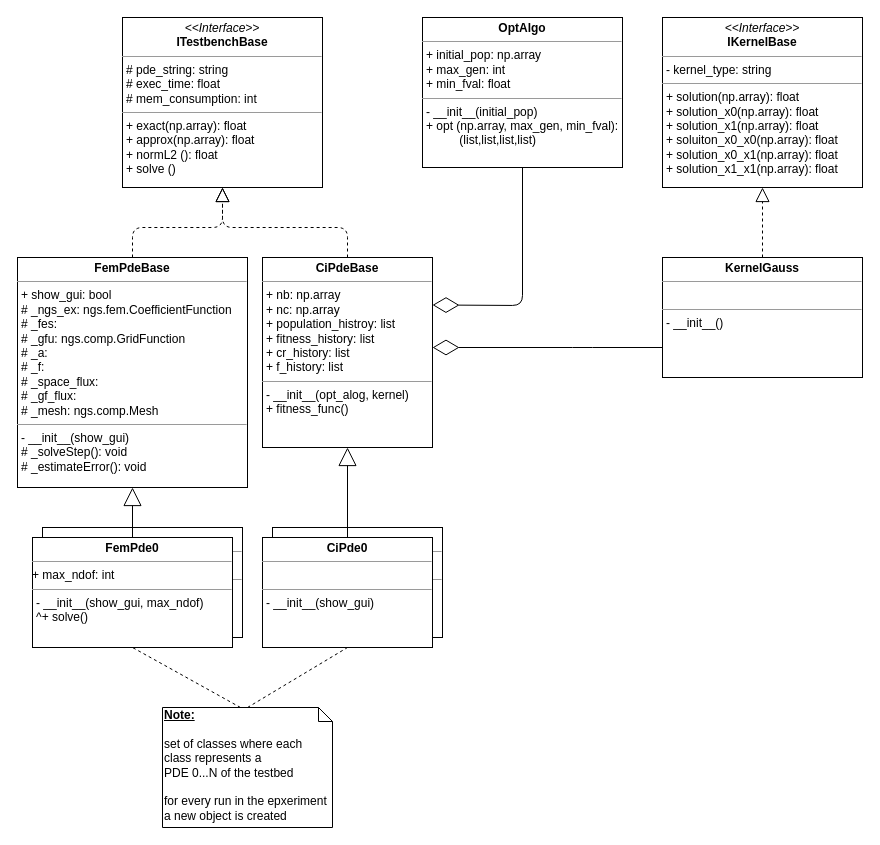
Earlier version of the draw.io diagram code/uml_diagrams/testbench_uml_class.drawio (nicolai-schwartze/Masterthesis). Source tidied: cells renumbered, new cells numbered last; positions are measured from the earlier drawing's top-left corner, leaving out a move shared by most shapes. Both pictures are drawn from the tidied source at 100%, with x=0, y=0 at pixel (17, 17).
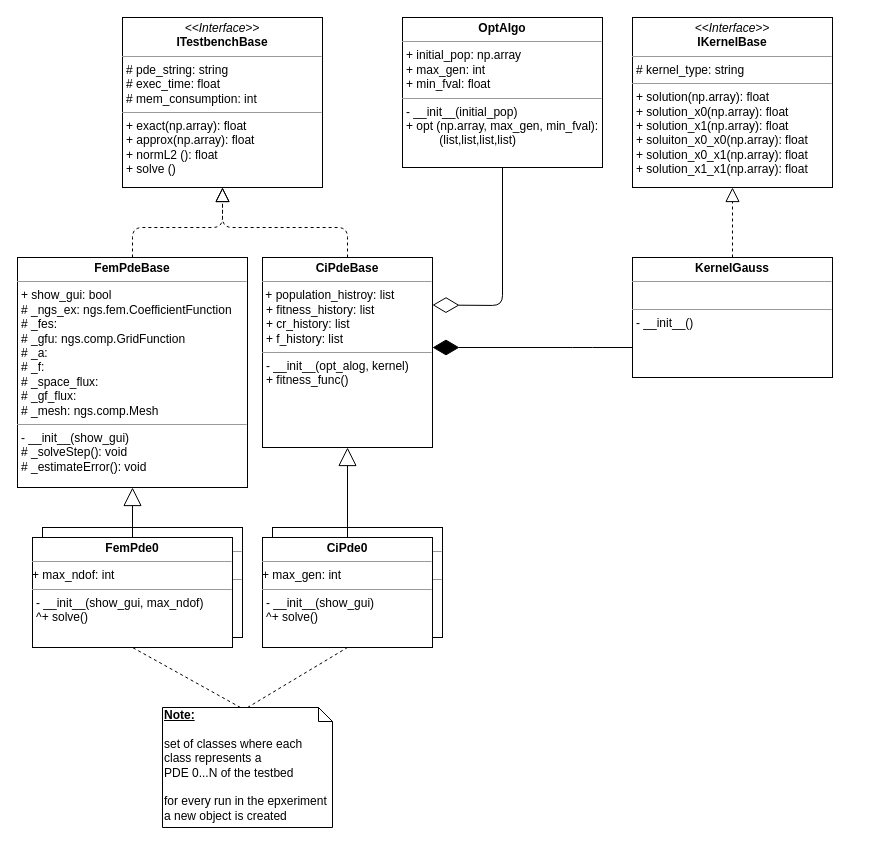
The same page after the edit.

The edit, as a diff of the source:
```diff
@@
-    <mxCell id="5" value="&lt;p style=&quot;margin: 0px ; margin-top: 4px ; text-align: center&quot;&gt;&lt;i&gt;&amp;lt;&amp;lt;Interface&amp;gt;&amp;gt;&lt;/i&gt;&lt;br&gt;&lt;b&gt;IKernelBase&lt;/b&gt;&lt;/p&gt;&lt;hr size=&quot;1&quot;&gt;&lt;p style=&quot;margin: 0px ; margin-left: 4px&quot;&gt;- kernel_type: string&lt;br&gt;&lt;/p&gt;&lt;hr size=&quot;1&quot;&gt;&lt;p style=&quot;margin: 0px ; margin-left: 4px&quot;&gt;+ solution(np.array): float&lt;br&gt;+ solution_x0(np.array): float&lt;/p&gt;&lt;p style=&quot;margin: 0px ; margin-left: 4px&quot;&gt;+ solution_x1(np.array): float&lt;/p&gt;&lt;p style=&quot;margin: 0px ; margin-left: 4px&quot;&gt;+ soluiton_x0_x0(np.array): float&lt;/p&gt;&lt;p style=&quot;margin: 0px ; margin-left: 4px&quot;&gt;+ solution_x0_x1(np.array): float&lt;/p&gt;&lt;p style=&quot;margin: 0px ; margin-left: 4px&quot;&gt;+ solution_x1_x1(np.array): float&lt;/p&gt;" style="verticalAlign=top;align=left;overflow=fill;fontSize=12;fontFamily=Helvetica;html=1;rounded=0;shadow=0;comic=0;labelBackgroundColor=none;strokeWidth=1;" parent="1" vertex="1">
-      <mxGeometry x="645" width="200" height="170" as="geometry" />
+    <mxCell id="5" value="&lt;p style=&quot;margin: 0px ; margin-top: 4px ; text-align: center&quot;&gt;&lt;i&gt;&amp;lt;&amp;lt;Interface&amp;gt;&amp;gt;&lt;/i&gt;&lt;br&gt;&lt;b&gt;IKernelBase&lt;/b&gt;&lt;/p&gt;&lt;hr size=&quot;1&quot;&gt;&lt;p style=&quot;margin: 0px ; margin-left: 4px&quot;&gt;# kernel_type: string&lt;br&gt;&lt;/p&gt;&lt;hr size=&quot;1&quot;&gt;&lt;p style=&quot;margin: 0px ; margin-left: 4px&quot;&gt;+ solution(np.array): float&lt;br&gt;+ solution_x0(np.array): float&lt;/p&gt;&lt;p style=&quot;margin: 0px ; margin-left: 4px&quot;&gt;+ solution_x1(np.array): float&lt;/p&gt;&lt;p style=&quot;margin: 0px ; margin-left: 4px&quot;&gt;+ soluiton_x0_x0(np.array): float&lt;/p&gt;&lt;p style=&quot;margin: 0px ; margin-left: 4px&quot;&gt;+ solution_x0_x1(np.array): float&lt;/p&gt;&lt;p style=&quot;margin: 0px ; margin-left: 4px&quot;&gt;+ solution_x1_x1(np.array): float&lt;/p&gt;" style="verticalAlign=top;align=left;overflow=fill;fontSize=12;fontFamily=Helvetica;html=1;rounded=0;shadow=0;comic=0;labelBackgroundColor=none;strokeWidth=1;" parent="1" vertex="1">
+      <mxGeometry x="615" width="200" height="170" as="geometry" />
     </mxCell>
@@
-    <mxCell id="7" value="&lt;p style=&quot;margin: 0px ; margin-top: 4px ; text-align: center&quot;&gt;&lt;b&gt;CiPdeBase&lt;/b&gt;&lt;br&gt;&lt;/p&gt;&lt;hr size=&quot;1&quot;&gt;&lt;p style=&quot;margin: 0px ; margin-left: 4px&quot;&gt;+ nb: np.array&lt;/p&gt;&lt;p style=&quot;margin: 0px ; margin-left: 4px&quot;&gt;+ nc: np.array&lt;/p&gt;&lt;p style=&quot;margin: 0px ; margin-left: 4px&quot;&gt;+ population_histroy: list&lt;/p&gt;&lt;p style=&quot;margin: 0px ; margin-left: 4px&quot;&gt;+ fitness_history: list&lt;/p&gt;&lt;p style=&quot;margin: 0px ; margin-left: 4px&quot;&gt;+ cr_history: list&lt;/p&gt;&lt;p style=&quot;margin: 0px ; margin-left: 4px&quot;&gt;+ f_history: list&lt;br&gt;&lt;/p&gt;&lt;hr size=&quot;1&quot;&gt;&lt;p style=&quot;margin: 0px ; margin-left: 4px&quot;&gt;- __init__(opt_alog, kernel)&lt;/p&gt;&lt;p style=&quot;margin: 0px ; margin-left: 4px&quot;&gt;+ fitness_func()&lt;br&gt;&lt;/p&gt;" style="verticalAlign=top;align=left;overflow=fill;fontSize=12;fontFamily=Helvetica;html=1;" parent="1" vertex="1">
+    <mxCell id="7" value="&lt;p style=&quot;margin: 0px ; margin-top: 4px ; text-align: center&quot;&gt;&lt;b&gt;CiPdeBase&lt;/b&gt;&lt;br&gt;&lt;/p&gt;&lt;hr size=&quot;1&quot;&gt;&amp;nbsp;+ population_histroy: list&lt;p style=&quot;margin: 0px ; margin-left: 4px&quot;&gt;+ fitness_history: list&lt;/p&gt;&lt;p style=&quot;margin: 0px ; margin-left: 4px&quot;&gt;+ cr_history: list&lt;/p&gt;&lt;p style=&quot;margin: 0px ; margin-left: 4px&quot;&gt;+ f_history: list&lt;br&gt;&lt;/p&gt;&lt;hr size=&quot;1&quot;&gt;&lt;p style=&quot;margin: 0px ; margin-left: 4px&quot;&gt;- __init__(opt_alog, kernel)&lt;/p&gt;&lt;p style=&quot;margin: 0px ; margin-left: 4px&quot;&gt;+ fitness_func()&lt;br&gt;&lt;/p&gt;" style="verticalAlign=top;align=left;overflow=fill;fontSize=12;fontFamily=Helvetica;html=1;" parent="1" vertex="1">
       <mxGeometry x="245" y="240" width="170" height="190" as="geometry" />
     </mxCell>
@@
     <mxCell id="10" value="&lt;p style=&quot;margin: 0px ; margin-top: 4px ; text-align: center&quot;&gt;&lt;b&gt;KernelGauss&lt;/b&gt;&lt;br&gt;&lt;/p&gt;&lt;hr size=&quot;1&quot;&gt;&lt;div&gt;&lt;br&gt;&lt;/div&gt;&lt;hr size=&quot;1&quot;&gt;&lt;p style=&quot;margin: 0px ; margin-left: 4px&quot;&gt;- __init__()&lt;/p&gt;" style="verticalAlign=top;align=left;overflow=fill;fontSize=12;fontFamily=Helvetica;html=1;" parent="1" vertex="1">
-      <mxGeometry x="645" y="240" width="200" height="120" as="geometry" />
+      <mxGeometry x="615" y="240" width="200" height="120" as="geometry" />
     </mxCell>
@@
     <mxCell id="12" value="&lt;p style=&quot;margin: 0px ; margin-top: 4px ; text-align: center&quot;&gt;&lt;b&gt;OptAlgo&lt;/b&gt;&lt;br&gt;&lt;/p&gt;&lt;hr size=&quot;1&quot;&gt;&lt;p style=&quot;margin: 0px ; margin-left: 4px&quot;&gt;+ initial_pop: np.array&lt;/p&gt;&lt;p style=&quot;margin: 0px ; margin-left: 4px&quot;&gt;+ max_gen: int&lt;/p&gt;&lt;p style=&quot;margin: 0px ; margin-left: 4px&quot;&gt;+ min_fval: float&lt;br&gt;&lt;/p&gt;&lt;hr size=&quot;1&quot;&gt;&lt;p style=&quot;margin: 0px ; margin-left: 4px&quot;&gt;- __init__(initial_pop)&lt;br&gt;&lt;/p&gt;&lt;p style=&quot;margin: 0px ; margin-left: 4px&quot;&gt;+ opt (np.array, max_gen, min_fval):&lt;/p&gt;&lt;p style=&quot;margin: 0px ; margin-left: 4px&quot;&gt;&amp;nbsp;&amp;nbsp;&amp;nbsp;&amp;nbsp;&amp;nbsp;&amp;nbsp;&amp;nbsp;&amp;nbsp;&amp;nbsp; (list,list,list,list)&lt;/p&gt;&lt;p style=&quot;margin: 0px ; margin-left: 4px&quot;&gt;&lt;br&gt;&lt;/p&gt;" style="verticalAlign=top;align=left;overflow=fill;fontSize=12;fontFamily=Helvetica;html=1;" parent="1" vertex="1">
-      <mxGeometry x="405" width="200" height="150" as="geometry" />
+      <mxGeometry x="385" width="200" height="150" as="geometry" />
     </mxCell>
@@
     <mxCell id="14" style="endArrow=diamondThin;endFill=0;endSize=24;html=1;exitX=0.5;exitY=1;exitDx=0;exitDy=0;entryX=1;entryY=0.25;entryDx=0;entryDy=0;" parent="1" edge="1" source="12" target="7">
       <mxGeometry relative="1" as="geometry">
         <Array as="points">
-          <mxPoint x="505" y="288" />
+          <mxPoint x="485" y="288" />
         </Array>
       </mxGeometry>
     </mxCell>
-    <mxCell id="15" style="endArrow=diamondThin;endFill=0;endSize=24;html=1;exitX=0;exitY=0.75;exitDx=0;exitDy=0;" parent="1" edge="1" source="10">
+    <mxCell id="15" style="endArrow=diamondThin;endFill=1;endSize=24;html=1;exitX=0;exitY=0.75;exitDx=0;exitDy=0;" parent="1" edge="1" source="10">
       <mxGeometry relative="1" as="geometry">
         <mxPoint x="415" y="330" as="targetPoint" />
         <Array as="points">
           <mxPoint x="565" y="330" />
         </Array>
       </mxGeometry>
     </mxCell>
@@
-    <mxCell id="18" value="&lt;p style=&quot;margin: 0px ; margin-top: 4px ; text-align: center&quot;&gt;&lt;b&gt;CiPde0&lt;/b&gt;&lt;br&gt;&lt;/p&gt;&lt;hr size=&quot;1&quot;&gt;&lt;div&gt;&lt;br&gt;&lt;/div&gt;&lt;hr size=&quot;1&quot;&gt;&lt;p style=&quot;margin: 0px ; margin-left: 4px&quot;&gt;- __init__(show_gui)&lt;/p&gt;" style="verticalAlign=top;align=left;overflow=fill;fontSize=12;fontFamily=Helvetica;html=1;" parent="1" vertex="1">
+    <mxCell id="18" value="&lt;p style=&quot;margin: 0px ; margin-top: 4px ; text-align: center&quot;&gt;&lt;b&gt;CiPde0&lt;/b&gt;&lt;br&gt;&lt;/p&gt;&lt;hr size=&quot;1&quot;&gt;&lt;div&gt;+ max_gen: int&lt;br&gt;&lt;/div&gt;&lt;hr size=&quot;1&quot;&gt;&lt;p style=&quot;margin: 0px ; margin-left: 4px&quot;&gt;- __init__(show_gui)&lt;/p&gt;&lt;p style=&quot;margin: 0px ; margin-left: 4px&quot;&gt;^+ solve()&lt;br&gt;&lt;/p&gt;" style="verticalAlign=top;align=left;overflow=fill;fontSize=12;fontFamily=Helvetica;html=1;" parent="1" vertex="1">
       <mxGeometry x="245" y="520" width="170" height="110" as="geometry" />
     </mxCell>
```
